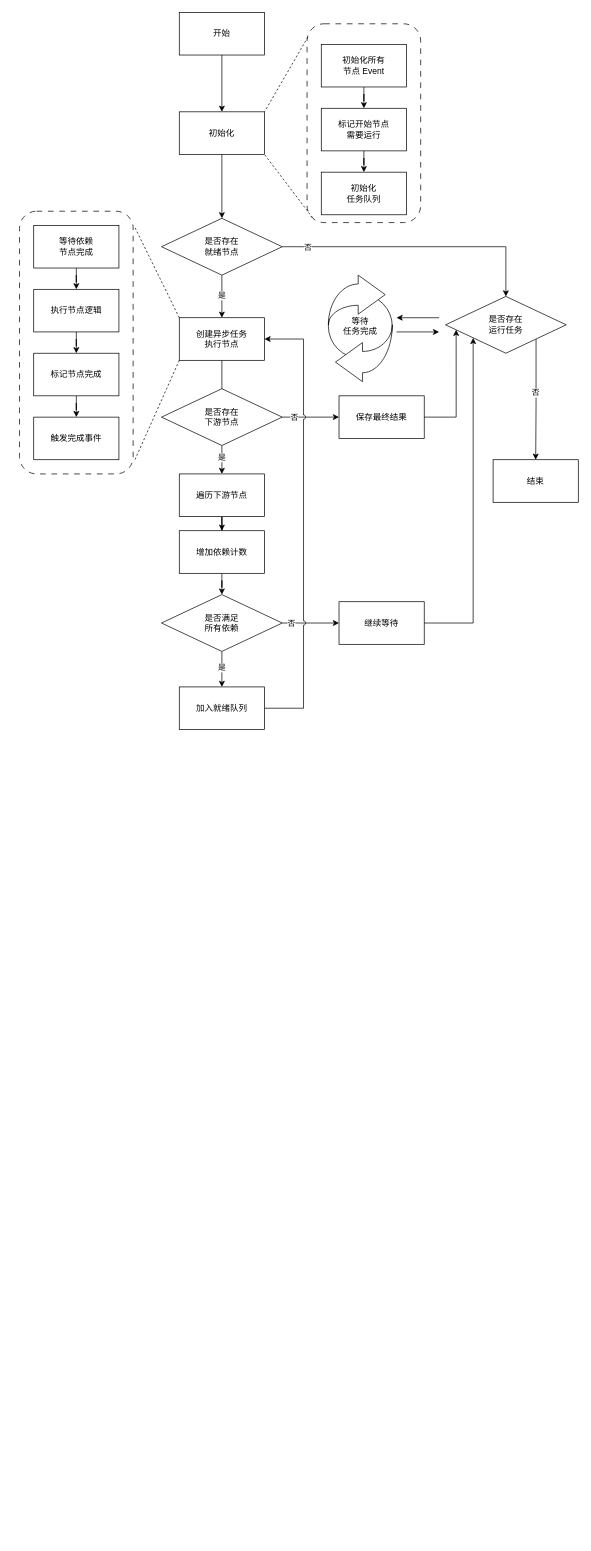
Before: ED-BFS算法.drawio in huaxiaojilzg/workflow_draw, a draw.io diagram. Source tidied: cells renumbered, new cells numbered last; positions are measured from the earlier drawing's top-left corner, leaving out a move shared by most shapes. Both pictures are drawn from the tidied source at 71%, with x=0, y=0 at pixel (19, 12).
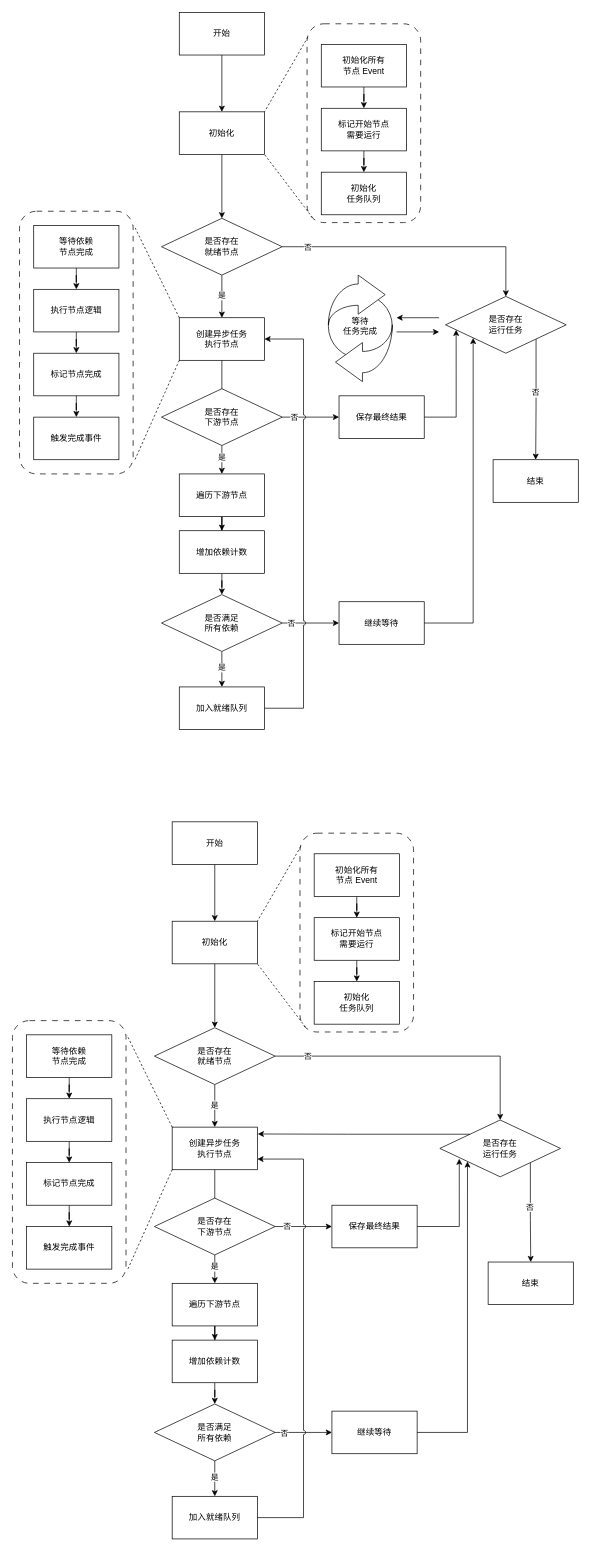
Above is the later version.

Change to the diagram source:
```diff
@@
+    <mxCell id="64" style="edgeStyle=orthogonalEdgeStyle;rounded=0;jettySize=auto;html=1;" parent="1" edge="1" source="65" target="78">
+      <mxGeometry relative="1" as="geometry" />
+    </mxCell>
+    <mxCell id="65" value="开始" style="rounded=0;whiteSpace=wrap;html=1;" parent="1" vertex="1">
+      <mxGeometry x="215" y="1140" width="120" height="60" as="geometry" />
+    </mxCell>
+    <mxCell id="66" style="edgeStyle=orthogonalEdgeStyle;rounded=0;jettySize=auto;html=1;" parent="1" edge="1" source="70" target="72">
+      <mxGeometry relative="1" as="geometry" />
+    </mxCell>
+    <mxCell id="67" value="是" style="edgeLabel;html=1;align=center;verticalAlign=middle;" parent="66" vertex="1">
+      <mxGeometry x="-0.08" relative="1" as="geometry">
+        <mxPoint x="-1" as="offset" />
+      </mxGeometry>
+    </mxCell>
+    <mxCell id="68" style="edgeStyle=orthogonalEdgeStyle;rounded=0;jettySize=auto;html=1;" parent="1" edge="1" source="70" target="75">
+      <mxGeometry relative="1" as="geometry" />
+    </mxCell>
+    <mxCell id="69" value="否" style="edgeLabel;html=1;align=center;verticalAlign=middle;" parent="68" vertex="1">
+      <mxGeometry x="-0.12" relative="1" as="geometry">
+        <mxPoint x="-134" as="offset" />
+      </mxGeometry>
+    </mxCell>
+    <mxCell id="70" value="是否存在&lt;div&gt;就绪节点&lt;/div&gt;" style="rhombus;whiteSpace=wrap;html=1;rounded=0;" parent="1" vertex="1">
+      <mxGeometry x="190" y="1430" width="170" height="80" as="geometry" />
+    </mxCell>
+    <mxCell id="71" style="edgeStyle=orthogonalEdgeStyle;rounded=0;jettySize=auto;html=1;" parent="1" edge="1" source="72">
+      <mxGeometry relative="1" as="geometry">
+        <mxPoint x="275" y="1700" as="targetPoint" />
+      </mxGeometry>
+    </mxCell>
+    <mxCell id="72" value="创建异步任务&lt;div&gt;执行节点&lt;/div&gt;" style="whiteSpace=wrap;html=1;rounded=0;" parent="1" vertex="1">
+      <mxGeometry x="215" y="1570" width="120" height="60" as="geometry" />
+    </mxCell>
+    <mxCell id="73" style="edgeStyle=orthogonalEdgeStyle;rounded=0;jettySize=auto;html=1;exitX=1;exitY=1;exitDx=0;exitDy=0;" parent="1" edge="1" source="75" target="76">
+      <mxGeometry relative="1" as="geometry" />
+    </mxCell>
+    <mxCell id="74" value="否" style="edgeLabel;html=1;align=center;verticalAlign=middle;" parent="73" vertex="1">
+      <mxGeometry x="-0.12" y="-1" relative="1" as="geometry" />
+    </mxCell>
+    <mxCell id="75" value="是否存在&lt;div&gt;运行任务&lt;/div&gt;" style="rhombus;whiteSpace=wrap;html=1;rounded=0;" parent="1" vertex="1">
+      <mxGeometry x="592" y="1560" width="170" height="80" as="geometry" />
+    </mxCell>
+    <mxCell id="76" value="结束" style="whiteSpace=wrap;html=1;rounded=0;" parent="1" vertex="1">
+      <mxGeometry x="660" y="1760" width="120" height="60" as="geometry" />
+    </mxCell>
+    <mxCell id="77" style="edgeStyle=orthogonalEdgeStyle;rounded=0;jettySize=auto;html=1;entryX=0.5;entryY=0;entryDx=0;entryDy=0;" parent="1" edge="1" source="78" target="70">
+      <mxGeometry relative="1" as="geometry" />
+    </mxCell>
+    <mxCell id="78" value="初始化" style="rounded=0;whiteSpace=wrap;html=1;" parent="1" vertex="1">
+      <mxGeometry x="215" y="1280" width="120" height="60" as="geometry" />
+    </mxCell>
+    <mxCell id="79" style="group;" parent="1" vertex="1">
+      <mxGeometry x="395" y="1165" width="160" height="280" as="geometry" />
+    </mxCell>
+    <mxCell id="80" style="edgeStyle=orthogonalEdgeStyle;rounded=0;jettySize=auto;html=1;" parent="79" edge="1" source="81" target="83">
+      <mxGeometry relative="1" as="geometry" />
+    </mxCell>
+    <mxCell id="81" value="初始化所有&lt;div&gt;节点 Event&lt;/div&gt;" style="rounded=0;whiteSpace=wrap;html=1;" parent="79" vertex="1">
+      <mxGeometry x="20" y="20" width="120" height="60" as="geometry" />
+    </mxCell>
+    <mxCell id="82" style="edgeStyle=orthogonalEdgeStyle;rounded=0;jettySize=auto;html=1;" parent="79" edge="1" source="83" target="84">
+      <mxGeometry relative="1" as="geometry" />
+    </mxCell>
+    <mxCell id="83" value="标记开始节点&lt;div&gt;需要运行&lt;/div&gt;" style="rounded=0;whiteSpace=wrap;html=1;" parent="79" vertex="1">
+      <mxGeometry x="20" y="110" width="120" height="60" as="geometry" />
+    </mxCell>
+    <mxCell id="84" value="初始化&lt;div&gt;任务队列&lt;/div&gt;" style="rounded=0;whiteSpace=wrap;html=1;" parent="79" vertex="1">
+      <mxGeometry x="20" y="200" width="120" height="60" as="geometry" />
+    </mxCell>
+    <mxCell id="85" style="rounded=1;whiteSpace=wrap;html=1;fillColor=none;dashed=1;dashPattern=8 8;" parent="79" vertex="1">
+      <mxGeometry y="-9" width="160" height="280" as="geometry" />
+    </mxCell>
+    <mxCell id="86" style="endArrow=none;dashed=1;html=1;rounded=0;entryX=1;entryY=1;entryDx=0;entryDy=0;exitX=0.048;exitY=0.975;exitDx=0;exitDy=0;exitPerimeter=0;" parent="1" edge="1" source="85" target="78">
+      <mxGeometry relative="1" as="geometry" />
+    </mxCell>
+    <mxCell id="87" style="endArrow=none;dashed=1;html=1;rounded=0;entryX=1;entryY=0;entryDx=0;entryDy=0;exitX=0.007;exitY=0.067;exitDx=0;exitDy=0;exitPerimeter=0;" parent="1" edge="1" source="85" target="78">
+      <mxGeometry relative="1" as="geometry" />
+    </mxCell>
+    <mxCell id="88" style="edgeStyle=orthogonalEdgeStyle;rounded=0;jettySize=auto;html=1;" parent="1" edge="1" source="101" target="105">
+      <mxGeometry relative="1" as="geometry" />
+    </mxCell>
+    <mxCell id="89" value="是" style="edgeLabel;html=1;align=center;verticalAlign=middle;" parent="88" vertex="1">
+      <mxGeometry x="-0.22" relative="1" as="geometry">
+        <mxPoint x="-1" as="offset" />
+      </mxGeometry>
+    </mxCell>
+    <mxCell id="90" style="edgeStyle=orthogonalEdgeStyle;rounded=0;jettySize=auto;html=1;jumpStyle=arc;" parent="1" edge="1" source="101" target="106">
+      <mxGeometry relative="1" as="geometry" />
+    </mxCell>
+    <mxCell id="91" value="否" style="edgeLabel;html=1;align=center;verticalAlign=middle;" parent="90" vertex="1">
+      <mxGeometry x="-0.53" y="1" relative="1" as="geometry">
+        <mxPoint x="-3" as="offset" />
+      </mxGeometry>
+    </mxCell>
+    <mxCell id="92" style="group;" parent="1" vertex="1">
+      <mxGeometry x="-10" y="1420" width="160" height="370" as="geometry" />
+    </mxCell>
+    <mxCell id="93" style="edgeStyle=orthogonalEdgeStyle;rounded=0;jettySize=auto;html=1;" parent="92" edge="1" source="94" target="96">
+      <mxGeometry relative="1" as="geometry" />
+    </mxCell>
+    <mxCell id="94" value="等待依赖&lt;div&gt;节点完成&lt;/div&gt;" style="rounded=0;whiteSpace=wrap;html=1;" parent="92" vertex="1">
+      <mxGeometry x="20" y="20" width="120" height="60" as="geometry" />
+    </mxCell>
+    <mxCell id="95" style="edgeStyle=orthogonalEdgeStyle;rounded=0;jettySize=auto;html=1;" parent="92" edge="1" source="96" target="98">
+      <mxGeometry relative="1" as="geometry" />
+    </mxCell>
+    <mxCell id="96" value="执行节点逻辑" style="rounded=0;whiteSpace=wrap;html=1;" parent="92" vertex="1">
+      <mxGeometry x="20" y="110" width="120" height="60" as="geometry" />
+    </mxCell>
+    <mxCell id="97" style="edgeStyle=orthogonalEdgeStyle;rounded=0;jettySize=auto;html=1;" parent="92" edge="1" source="98" target="100">
+      <mxGeometry relative="1" as="geometry" />
+    </mxCell>
+    <mxCell id="98" value="标记节点完成" style="rounded=0;whiteSpace=wrap;html=1;" parent="92" vertex="1">
+      <mxGeometry x="20" y="200" width="120" height="60" as="geometry" />
+    </mxCell>
+    <mxCell id="99" style="rounded=1;whiteSpace=wrap;html=1;fillColor=none;dashed=1;dashPattern=8 8;" parent="92" vertex="1">
+      <mxGeometry width="160" height="370" as="geometry" />
+    </mxCell>
+    <mxCell id="100" value="触发完成事件" style="whiteSpace=wrap;html=1;rounded=0;" parent="92" vertex="1">
+      <mxGeometry x="20" y="290" width="120" height="60" as="geometry" />
+    </mxCell>
+    <mxCell id="101" value="是否存在&lt;div&gt;下游节点&lt;/div&gt;" style="rhombus;whiteSpace=wrap;html=1;rounded=0;" parent="1" vertex="1">
+      <mxGeometry x="190" y="1670" width="170" height="80" as="geometry" />
+    </mxCell>
+    <mxCell id="102" style="endArrow=none;dashed=1;html=1;rounded=0;entryX=1.008;entryY=0.055;entryDx=0;entryDy=0;exitX=0;exitY=0;exitDx=0;exitDy=0;entryPerimeter=0;" parent="1" edge="1" source="72" target="99">
+      <mxGeometry relative="1" as="geometry" />
+    </mxCell>
+    <mxCell id="103" style="endArrow=none;dashed=1;html=1;rounded=0;entryX=1.017;entryY=0.945;entryDx=0;entryDy=0;exitX=0;exitY=1;exitDx=0;exitDy=0;entryPerimeter=0;" parent="1" edge="1" source="72" target="99">
+      <mxGeometry relative="1" as="geometry" />
+    </mxCell>
+    <mxCell id="104" style="edgeStyle=orthogonalEdgeStyle;rounded=0;jettySize=auto;html=1;" parent="1" edge="1" source="105" target="108">
+      <mxGeometry relative="1" as="geometry" />
+    </mxCell>
+    <mxCell id="105" value="遍历下游节点" style="whiteSpace=wrap;html=1;rounded=0;" parent="1" vertex="1">
+      <mxGeometry x="215" y="1790" width="120" height="60" as="geometry" />
+    </mxCell>
+    <mxCell id="106" value="保存最终结果" style="whiteSpace=wrap;html=1;rounded=0;" parent="1" vertex="1">
+      <mxGeometry x="440" y="1680" width="120" height="60" as="geometry" />
+    </mxCell>
+    <mxCell id="107" style="edgeStyle=orthogonalEdgeStyle;rounded=0;jettySize=auto;html=1;" parent="1" edge="1" source="108" target="113">
+      <mxGeometry relative="1" as="geometry" />
+    </mxCell>
+    <mxCell id="108" value="增加依赖计数" style="whiteSpace=wrap;html=1;rounded=0;" parent="1" vertex="1">
+      <mxGeometry x="215" y="1870" width="120" height="60" as="geometry" />
+    </mxCell>
+    <mxCell id="109" style="edgeStyle=orthogonalEdgeStyle;rounded=0;jettySize=auto;html=1;" parent="1" edge="1" source="113" target="115">
+      <mxGeometry relative="1" as="geometry" />
+    </mxCell>
+    <mxCell id="110" value="是" style="edgeLabel;html=1;align=center;verticalAlign=middle;" parent="109" vertex="1">
+      <mxGeometry x="-0.11" y="1" relative="1" as="geometry">
+        <mxPoint x="-2" as="offset" />
+      </mxGeometry>
+    </mxCell>
+    <mxCell id="111" style="edgeStyle=orthogonalEdgeStyle;rounded=0;jettySize=auto;html=1;jumpStyle=arc;" parent="1" edge="1" source="113" target="116">
+      <mxGeometry relative="1" as="geometry" />
+    </mxCell>
+    <mxCell id="112" value="否" style="edgeLabel;html=1;align=center;verticalAlign=middle;" parent="111" vertex="1">
+      <mxGeometry x="-0.14" relative="1" as="geometry">
+        <mxPoint x="-22" as="offset" />
+      </mxGeometry>
+    </mxCell>
+    <mxCell id="113" value="是否满足&lt;br&gt;所有依赖" style="rhombus;whiteSpace=wrap;html=1;rounded=0;" parent="1" vertex="1">
+      <mxGeometry x="190" y="1960" width="170" height="80" as="geometry" />
+    </mxCell>
+    <mxCell id="114" style="edgeStyle=orthogonalEdgeStyle;rounded=0;jettySize=auto;html=1;exitX=1;exitY=0.5;exitDx=0;exitDy=0;entryX=1;entryY=0.75;entryDx=0;entryDy=0;jumpStyle=arc;" parent="1" edge="1" source="115" target="72">
+      <mxGeometry relative="1" as="geometry">
+        <Array as="points">
+          <mxPoint x="400" y="2120" />
+          <mxPoint x="400" y="1615" />
+        </Array>
+      </mxGeometry>
+    </mxCell>
+    <mxCell id="115" value="加入就绪队列" style="whiteSpace=wrap;html=1;rounded=0;" parent="1" vertex="1">
+      <mxGeometry x="215" y="2090" width="120" height="60" as="geometry" />
+    </mxCell>
+    <mxCell id="116" value="继续等待" style="whiteSpace=wrap;html=1;rounded=0;" parent="1" vertex="1">
+      <mxGeometry x="440" y="1970" width="120" height="60" as="geometry" />
+    </mxCell>
+    <mxCell id="117" style="edgeStyle=orthogonalEdgeStyle;rounded=0;orthogonalLoop=1;jettySize=auto;html=1;exitX=0.5;exitY=1;exitDx=0;exitDy=0;" parent="1" edge="1" source="106" target="106">
+      <mxGeometry relative="1" as="geometry" />
+    </mxCell>
+    <mxCell id="118" style="edgeStyle=orthogonalEdgeStyle;rounded=0;jettySize=auto;html=1;entryX=0.161;entryY=0.681;entryDx=0;entryDy=0;entryPerimeter=0;" parent="1" edge="1" source="106" target="75">
+      <mxGeometry relative="1" as="geometry" />
+    </mxCell>
+    <mxCell id="119" style="edgeStyle=orthogonalEdgeStyle;rounded=0;jettySize=auto;html=1;exitX=1;exitY=0.5;exitDx=0;exitDy=0;entryX=0.229;entryY=0.73;entryDx=0;entryDy=0;entryPerimeter=0;" parent="1" edge="1" source="116" target="75">
+      <mxGeometry relative="1" as="geometry" />
+    </mxCell>
+    <mxCell id="120" style="edgeStyle=orthogonalEdgeStyle;rounded=0;jettySize=auto;html=1;exitX=0;exitY=0;exitDx=0;exitDy=0;entryX=1.005;entryY=0.161;entryDx=0;entryDy=0;entryPerimeter=0;" parent="1" edge="1" source="75" target="72">
+      <mxGeometry relative="1" as="geometry" />
+    </mxCell>
```
